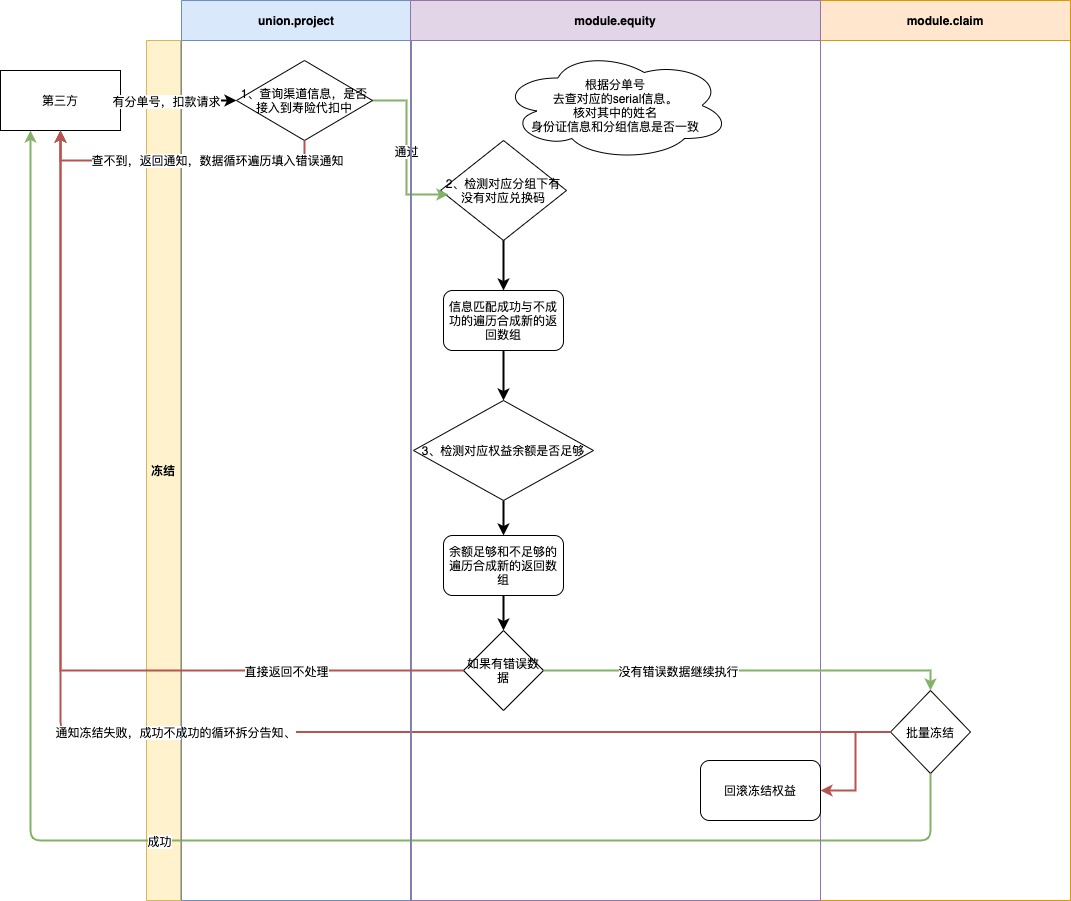
The draw.io diagram 寿险冻结.png in zuoqiang320/uniondrug, before a commit. Source tidied: cells renumbered, new cells last; positions are measured from the earlier drawing's top-left corner, leaving out a move shared by most shapes.
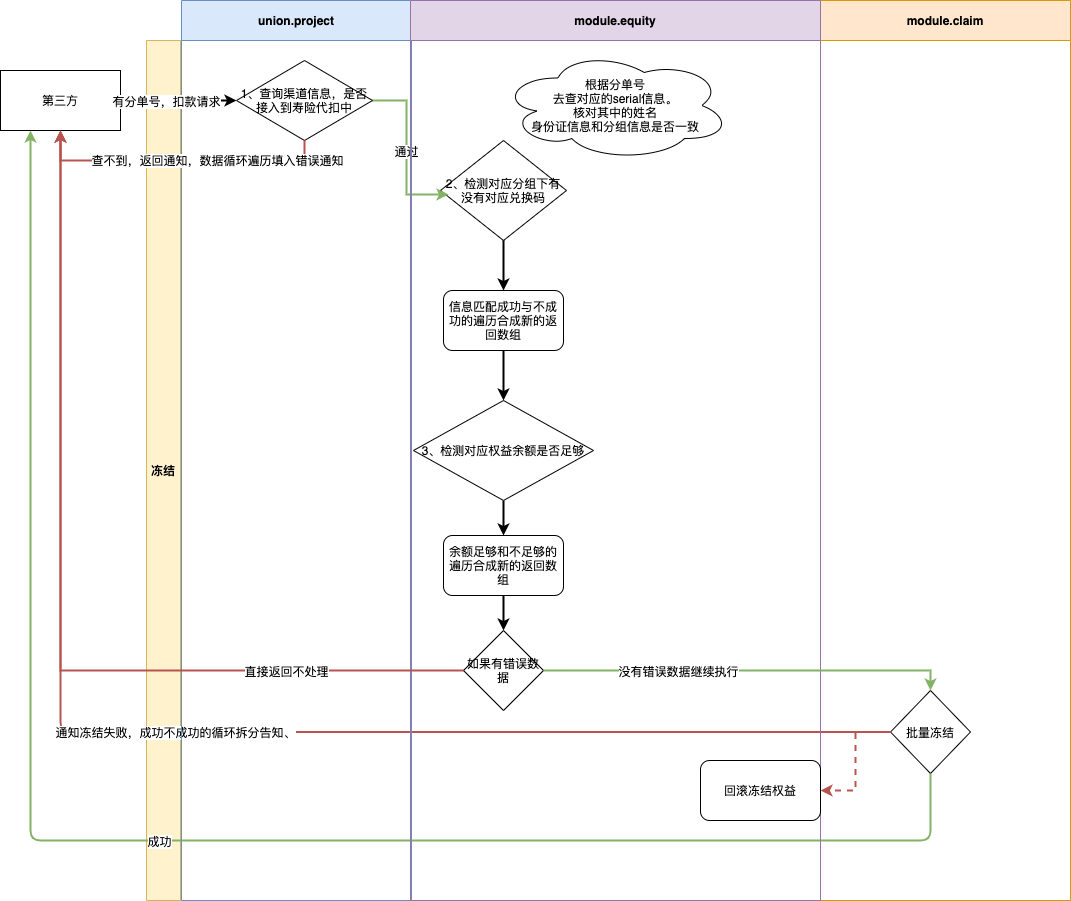
After the change.

Commit message:
更新寿险冻结.png

Diff of the diagram source:
```diff
@@ -109,7 +109,7 @@
     <mxCell id="33" value="没有错误数据继续执行" style="edgeLabel;html=1;align=center;verticalAlign=middle;" parent="32" vertex="1">
       <mxGeometry x="-0.34" relative="1" as="geometry" />
     </mxCell>
-    <mxCell id="34" style="edgeStyle=orthogonalEdgeStyle;rounded=0;jettySize=auto;html=1;exitX=0;exitY=0.5;exitDx=0;exitDy=0;strokeWidth=2;fillColor=#f8cecc;strokeColor=#b85450;" parent="1" edge="1" source="6" target="23">
+    <mxCell id="34" style="edgeStyle=orthogonalEdgeStyle;rounded=0;jettySize=auto;html=1;exitX=0;exitY=0.5;exitDx=0;exitDy=0;strokeWidth=2;fillColor=#f8cecc;strokeColor=#b85450;dashed=1;" parent="1" edge="1" source="6" target="23">
       <mxGeometry relative="1" as="geometry" />
     </mxCell>
   </root>
```
